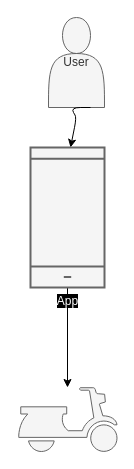
Daniel-multiverse/scooter-project keeps this draw.io diagram as page "Page-1" (1 of 3) of src/UML.drawio. Above is the earlier version. Source tidied: cells renumbered, new cells numbered last; positions are measured from the earlier drawing's top-left corner, leaving out a move shared by most shapes. Both pictures are drawn from the tidied source at 100%, with x=0, y=0 at pixel (18, 17).
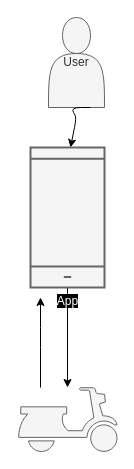
Above is the later version.

The edit, as a diff of the source:
```diff
@@
 <mxGraphModel>
   <root>
     <mxCell id="0" />
     <mxCell id="1" parent="0" />
     <mxCell id="2" value="User" style="shape=actor;whiteSpace=wrap;html=1;fillColor=#f5f5f5;fontColor=#333333;strokeColor=#666666;" parent="1" vertex="1">
       <mxGeometry x="30" width="56" height="90" as="geometry" />
     </mxCell>
     <mxCell id="3" style="edgeStyle=none;html=1;fontColor=#FFFFFF;exitX=0.75;exitY=1;exitDx=0;exitDy=0;" parent="1" edge="1" source="2">
       <mxGeometry relative="1" as="geometry">
         <mxPoint x="52" y="130" as="targetPoint" />
         <Array as="points">
           <mxPoint x="52" y="90" />
           <mxPoint x="58" y="100" />
         </Array>
       </mxGeometry>
     </mxCell>
     <mxCell id="4" style="edgeStyle=none;html=1;fontColor=#FFFFFF;" parent="1" edge="1" source="5" target="6">
       <mxGeometry relative="1" as="geometry" />
     </mxCell>
     <mxCell id="5" value="&lt;font color=&quot;#ffffff&quot;&gt;&lt;span style=&quot;background-color: rgb(0, 0, 0);&quot;&gt;App&lt;br&gt;&lt;/span&gt;&lt;/font&gt;" style="html=1;verticalLabelPosition=bottom;align=center;labelBackgroundColor=#ffffff;verticalAlign=top;strokeWidth=2;strokeColor=#666666;shadow=0;dashed=0;shape=mxgraph.ios7.icons.smartphone;fillColor=#f5f5f5;fontColor=#333333;" parent="1" vertex="1">
       <mxGeometry x="12" y="130" width="74" height="140" as="geometry" />
     </mxCell>
     <mxCell id="6" style="shape=mxgraph.signs.transportation.scooter;html=1;fillColor=#f5f5f5;strokeColor=#666666;verticalLabelPosition=bottom;verticalAlign=top;align=center;labelBackgroundColor=#000000;fontColor=#333333;" parent="1" vertex="1">
       <mxGeometry x="-0.5" y="370" width="99" height="64" as="geometry" />
     </mxCell>
+    <mxCell id="7" style="edgeStyle=none;html=1;fontColor=#FFFFFF;" parent="1" edge="1">
+      <mxGeometry relative="1" as="geometry">
+        <mxPoint x="22" y="370" as="sourcePoint" />
+        <mxPoint x="22" y="280" as="targetPoint" />
+        <Array as="points">
+          <mxPoint x="22" y="320" />
+        </Array>
+      </mxGeometry>
+    </mxCell>
   </root>
 </mxGraphModel>
```
